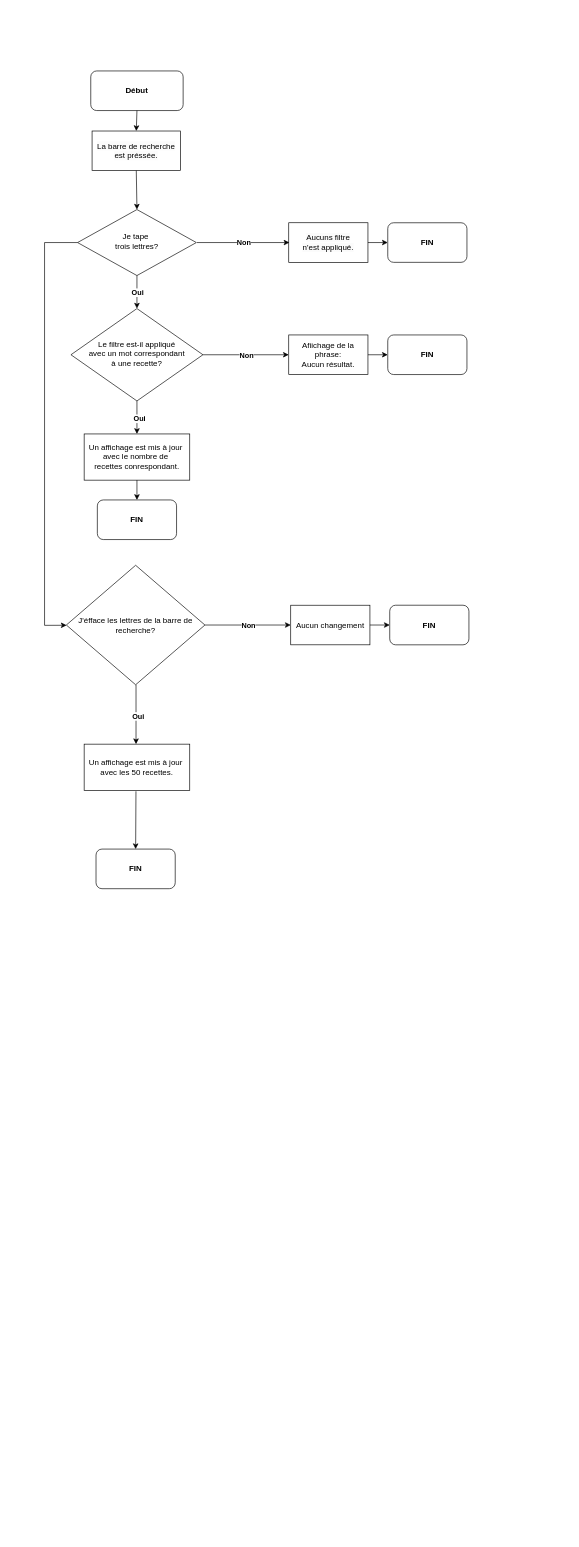
Before: src/js/utils/petitplatfiltre.drawio in stephanemalho/lesPetitsPlats, a draw.io diagram. Source tidied: cells renumbered, new cells numbered last; positions are measured from the earlier drawing's top-left corner, leaving out a move shared by most shapes. Both pictures are drawn from the tidied source at 66%, with x=0, y=0 at pixel (44, 71).
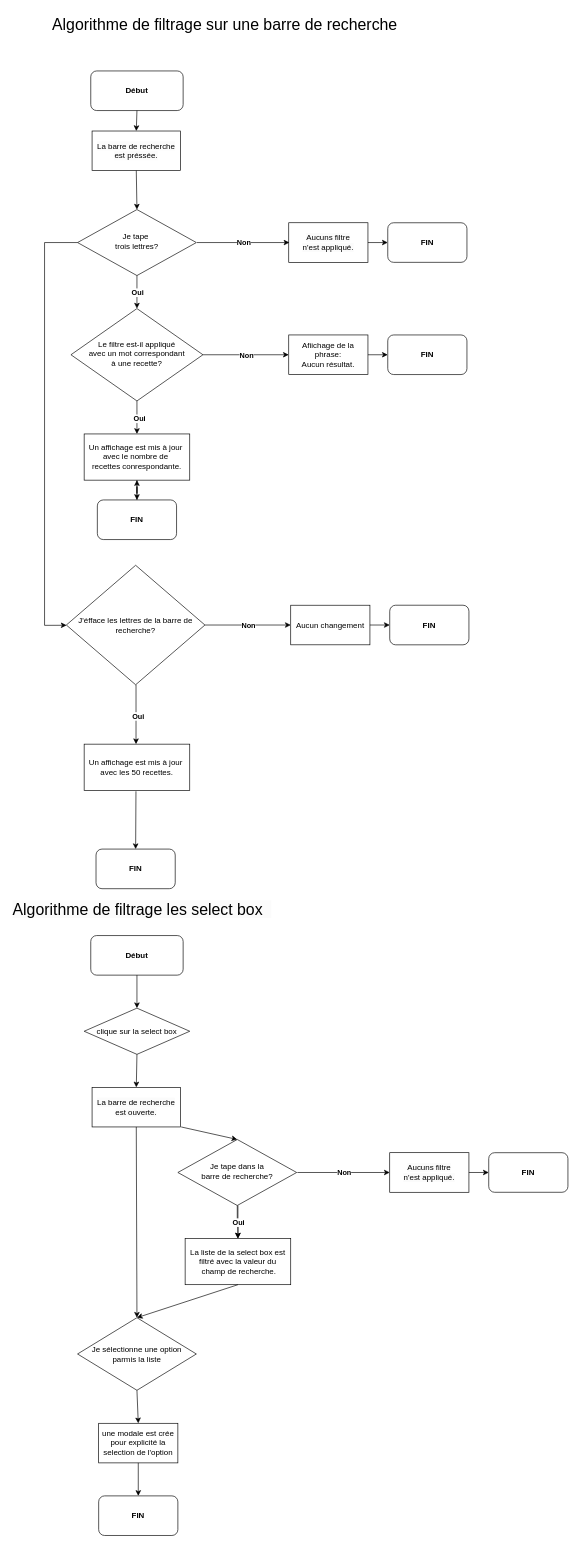
The same page after the edit.

Commit message:
Mettre à jour petitplatfiltre.drawio

The change refers to these unchanged cells:
```xml
<mxCell id="34" value="&lt;b&gt;FIN&lt;/b&gt;" style="rounded=1;whiteSpace=wrap;html=1;" parent="1" vertex="1">
  <mxGeometry x="80" y="650" width="120" height="60" as="geometry" />
</mxCell>
```

The edit, as a diff of the source:
```diff
@@
-    <mxCell id="19" value="Un affichage est mis à jour&amp;nbsp;&lt;br&gt;avec le nombre de&amp;nbsp;&lt;br&gt;recettes conrespondant." style="rounded=0;whiteSpace=wrap;html=1;" parent="1" vertex="1">
+    <mxCell id="19" value="Un affichage est mis à jour&amp;nbsp;&lt;br&gt;avec le nombre de&amp;nbsp;&lt;br&gt;recettes conrespondante." style="rounded=0;whiteSpace=wrap;html=1;" parent="1" vertex="1">
       <mxGeometry x="60" y="550" width="160" height="70" as="geometry" />
     </mxCell>
@@
+    <mxCell id="36" style="edgeStyle=orthogonalEdgeStyle;rounded=0;jettySize=auto;html=1;" parent="1" edge="1" source="34" target="19">
+      <mxGeometry relative="1" as="geometry" />
+    </mxCell>
@@
+    <mxCell id="37" value="&lt;font style=&quot;font-size: 24px;&quot;&gt;Algorithme de filtrage sur une barre de recherche&amp;nbsp;&amp;nbsp;&lt;/font&gt;" style="text;html=1;strokeColor=none;fillColor=none;align=center;verticalAlign=middle;whiteSpace=wrap;rounded=0;" parent="1" vertex="1">
+      <mxGeometry y="-90" width="560" height="40" as="geometry" />
+    </mxCell>
+    <mxCell id="38" value="&lt;span style=&quot;color: rgb(0, 0, 0); font-family: Helvetica; font-size: 24px; font-style: normal; font-variant-ligatures: normal; font-variant-caps: normal; font-weight: 400; letter-spacing: normal; orphans: 2; text-align: center; text-indent: 0px; text-transform: none; widows: 2; word-spacing: 0px; -webkit-text-stroke-width: 0px; background-color: rgb(251, 251, 251); text-decoration-thickness: initial; text-decoration-style: initial; text-decoration-color: initial; float: none; display: inline !important;&quot;&gt;Algorithme de filtrage les select box&amp;nbsp;&amp;nbsp;&lt;/span&gt;" style="text;whiteSpace=wrap;html=1;" parent="1" vertex="1">
+      <mxGeometry x="-50" y="1250" width="560" height="80" as="geometry" />
+    </mxCell>
+    <mxCell id="39" style="edgeStyle=orthogonalEdgeStyle;rounded=0;jettySize=auto;html=1;" parent="1" edge="1" source="40" target="51">
+      <mxGeometry relative="1" as="geometry" />
+    </mxCell>
+    <mxCell id="40" value="Je tape dans la &lt;br&gt;barre de recherche?" style="rhombus;whiteSpace=wrap;html=1;shadow=0;fontFamily=Helvetica;fontSize=12;align=center;strokeWidth=1;spacing=6;spacingTop=-4;" parent="1" vertex="1">
+      <mxGeometry x="202" y="1619" width="180" height="100" as="geometry" />
+    </mxCell>
+    <mxCell id="41" value="&lt;span style=&quot;color: rgb(0, 0, 0); font-family: Helvetica; font-size: 12px; font-style: normal; font-variant-ligatures: normal; font-variant-caps: normal; font-weight: 400; letter-spacing: normal; orphans: 2; text-align: center; text-indent: 0px; text-transform: none; widows: 2; word-spacing: 0px; -webkit-text-stroke-width: 0px; background-color: rgb(251, 251, 251); text-decoration-thickness: initial; text-decoration-style: initial; text-decoration-color: initial; float: none; display: inline !important;&quot;&gt;La barre de recherche est ouverte.&lt;/span&gt;" style="rounded=0;whiteSpace=wrap;html=1;" parent="1" vertex="1">
+      <mxGeometry x="72" y="1540" width="134" height="60" as="geometry" />
+    </mxCell>
+    <mxCell id="42" style="endArrow=classic;html=1;rounded=0;exitX=0.5;exitY=1;exitDx=0;exitDy=0;entryX=0.5;entryY=0;entryDx=0;entryDy=0;" parent="1" edge="1" target="40">
+      <mxGeometry relative="1" as="geometry">
+        <mxPoint x="207" y="1600" as="sourcePoint" />
+      </mxGeometry>
+    </mxCell>
+    <mxCell id="43" value="&lt;b&gt;Non&lt;/b&gt;" style="endArrow=classic;html=1;rounded=0;exitX=1;exitY=0.5;exitDx=0;exitDy=0;entryX=0;entryY=0.5;entryDx=0;entryDy=0;" parent="1" edge="1">
+      <mxGeometry x="0.01" relative="1" as="geometry">
+        <mxPoint x="383" y="1669" as="sourcePoint" />
+        <mxPoint x="523" y="1669" as="targetPoint" />
+      </mxGeometry>
+    </mxCell>
+    <mxCell id="44" value="&lt;b&gt;Début&lt;/b&gt;" style="rounded=1;whiteSpace=wrap;html=1;" parent="1" vertex="1">
+      <mxGeometry x="70" y="1310" width="140" height="60" as="geometry" />
+    </mxCell>
+    <mxCell id="45" style="endArrow=classic;html=1;rounded=0;exitX=0.5;exitY=1;exitDx=0;exitDy=0;" parent="1" edge="1">
+      <mxGeometry relative="1" as="geometry">
+        <mxPoint x="140" y="1370" as="sourcePoint" />
+        <mxPoint x="140" y="1420" as="targetPoint" />
+      </mxGeometry>
+    </mxCell>
+    <mxCell id="46" value="&lt;span style=&quot;color: rgb(0, 0, 0); font-family: Helvetica; font-size: 12px; font-style: normal; font-variant-ligatures: normal; font-variant-caps: normal; font-weight: 400; letter-spacing: normal; orphans: 2; text-align: center; text-indent: 0px; text-transform: none; widows: 2; word-spacing: 0px; -webkit-text-stroke-width: 0px; background-color: rgb(251, 251, 251); text-decoration-thickness: initial; text-decoration-style: initial; text-decoration-color: initial; float: none; display: inline !important;&quot;&gt;Aucuns filtre &lt;br&gt;n'est appliqué.&lt;/span&gt;" style="rounded=0;whiteSpace=wrap;html=1;" parent="1" vertex="1">
+      <mxGeometry x="523" y="1639" width="120" height="60" as="geometry" />
+    </mxCell>
+    <mxCell id="47" value="&lt;b&gt;FIN&lt;/b&gt;" style="rounded=1;whiteSpace=wrap;html=1;" parent="1" vertex="1">
+      <mxGeometry x="673" y="1639" width="120" height="60" as="geometry" />
+    </mxCell>
+    <mxCell id="48" style="endArrow=classic;html=1;rounded=0;entryX=0;entryY=0.5;entryDx=0;entryDy=0;exitX=1;exitY=0.5;exitDx=0;exitDy=0;" parent="1" edge="1" source="46" target="47">
+      <mxGeometry relative="1" as="geometry" />
+    </mxCell>
+    <mxCell id="49" style="endArrow=classic;html=1;rounded=0;exitX=0.5;exitY=1;exitDx=0;exitDy=0;entryX=0.5;entryY=0;entryDx=0;entryDy=0;" parent="1" edge="1">
+      <mxGeometry relative="1" as="geometry">
+        <mxPoint x="293" y="1719" as="sourcePoint" />
+        <mxPoint x="293" y="1769" as="targetPoint" />
+      </mxGeometry>
+    </mxCell>
+    <mxCell id="50" value="&lt;b&gt;Oui&lt;/b&gt;" style="edgeLabel;html=1;align=center;verticalAlign=middle;" parent="49" vertex="1">
+      <mxGeometry relative="1" as="geometry" />
+    </mxCell>
+    <mxCell id="51" value="La liste de la select box est filtré avec la valeur du&lt;br&gt;&amp;nbsp;champ de recherche." style="rounded=0;whiteSpace=wrap;html=1;" parent="1" vertex="1">
+      <mxGeometry x="213" y="1769" width="160" height="70" as="geometry" />
+    </mxCell>
+    <mxCell id="52" style="endArrow=classic;html=1;rounded=0;exitX=0.5;exitY=1;exitDx=0;exitDy=0;entryX=0.5;entryY=0;entryDx=0;entryDy=0;" parent="1" edge="1" source="51" target="53">
+      <mxGeometry relative="1" as="geometry" />
+    </mxCell>
+    <mxCell id="53" value="Je sélectionne une option &lt;br&gt;parmis la liste" style="rhombus;whiteSpace=wrap;html=1;" parent="1" vertex="1">
+      <mxGeometry x="50" y="1889" width="180" height="110" as="geometry" />
+    </mxCell>
+    <mxCell id="54" style="endArrow=classic;html=1;rounded=0;exitX=0.5;exitY=1;exitDx=0;exitDy=0;entryX=0.5;entryY=0;entryDx=0;entryDy=0;" parent="1" edge="1" source="41" target="53">
+      <mxGeometry relative="1" as="geometry" />
+    </mxCell>
+    <mxCell id="55" style="endArrow=classic;html=1;rounded=0;exitX=0.5;exitY=1;exitDx=0;exitDy=0;" parent="1" edge="1" source="53">
+      <mxGeometry relative="1" as="geometry">
+        <mxPoint x="142" y="2049" as="targetPoint" />
+      </mxGeometry>
+    </mxCell>
+    <mxCell id="56" value="une modale est crée pour explicité la selection de l'option" style="rounded=0;whiteSpace=wrap;html=1;" parent="1" vertex="1">
+      <mxGeometry x="82" y="2049" width="120" height="60" as="geometry" />
+    </mxCell>
+    <mxCell id="57" style="endArrow=classic;html=1;rounded=0;exitX=0.5;exitY=1;exitDx=0;exitDy=0;" parent="1" edge="1" source="56">
+      <mxGeometry relative="1" as="geometry">
+        <mxPoint x="142" y="2159" as="targetPoint" />
+      </mxGeometry>
+    </mxCell>
+    <mxCell id="58" value="&lt;b&gt;FIN&lt;/b&gt;" style="rounded=1;whiteSpace=wrap;html=1;" parent="1" vertex="1">
+      <mxGeometry x="82" y="2159" width="120" height="60" as="geometry" />
+    </mxCell>
+    <mxCell id="59" value="clique sur la select box" style="rhombus;whiteSpace=wrap;html=1;" parent="1" vertex="1">
+      <mxGeometry x="60" y="1420" width="160" height="70" as="geometry" />
+    </mxCell>
+    <mxCell id="60" style="endArrow=classic;html=1;rounded=0;exitX=0.5;exitY=1;exitDx=0;exitDy=0;entryX=0.5;entryY=0;entryDx=0;entryDy=0;" parent="1" edge="1" source="59" target="41">
+      <mxGeometry relative="1" as="geometry" />
+    </mxCell>
```
